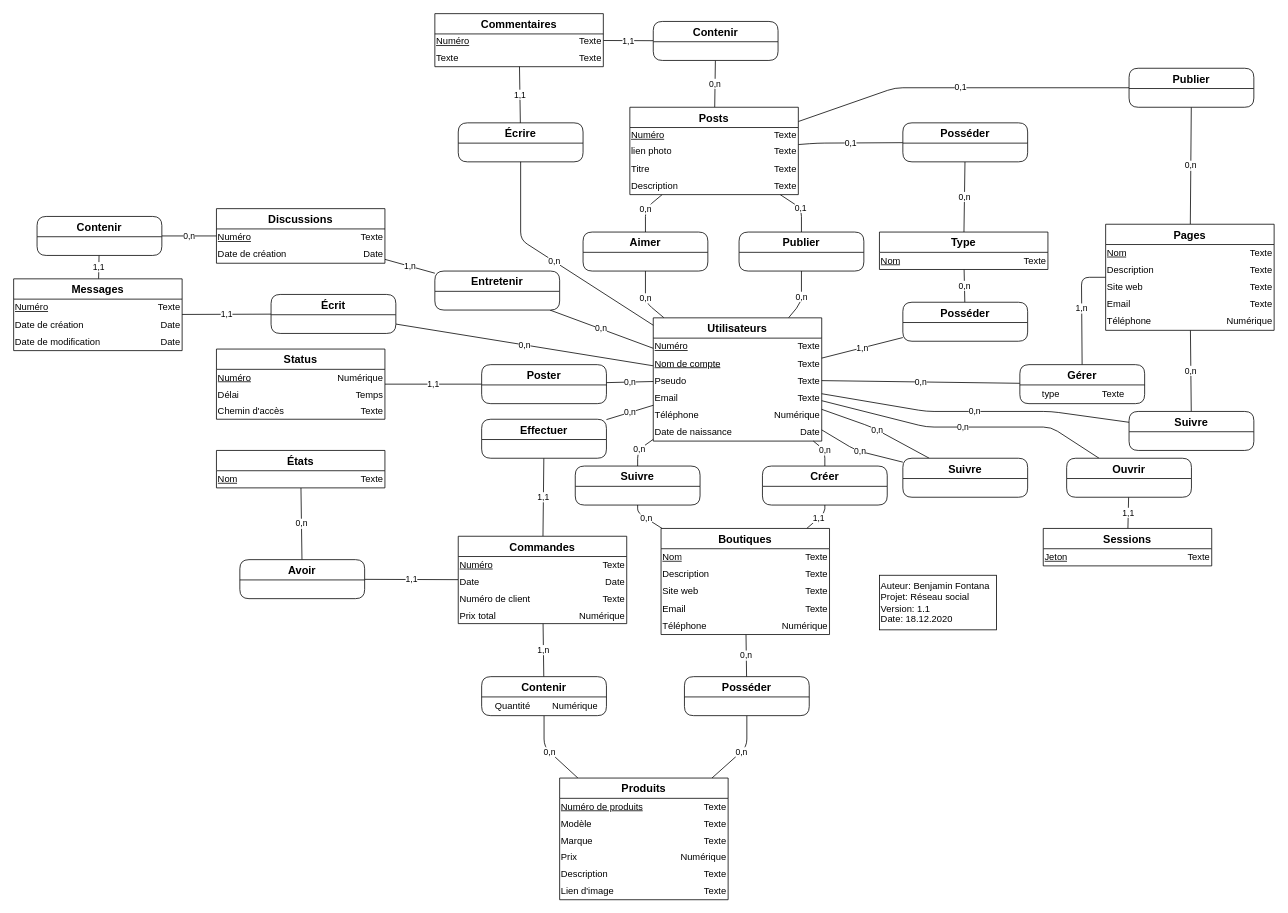
The draw.io diagram MCD RS.drawio in R0kkxSynetique/MA-08-Modele_ReseauSocial, before the edit. Source tidied: cells renumbered, new cells numbered last; positions are measured from the earlier drawing's top-left corner, leaving out a move shared by most shapes. Both pictures are drawn from the tidied source at 78%, with x=0, y=0 at pixel (13, 13).
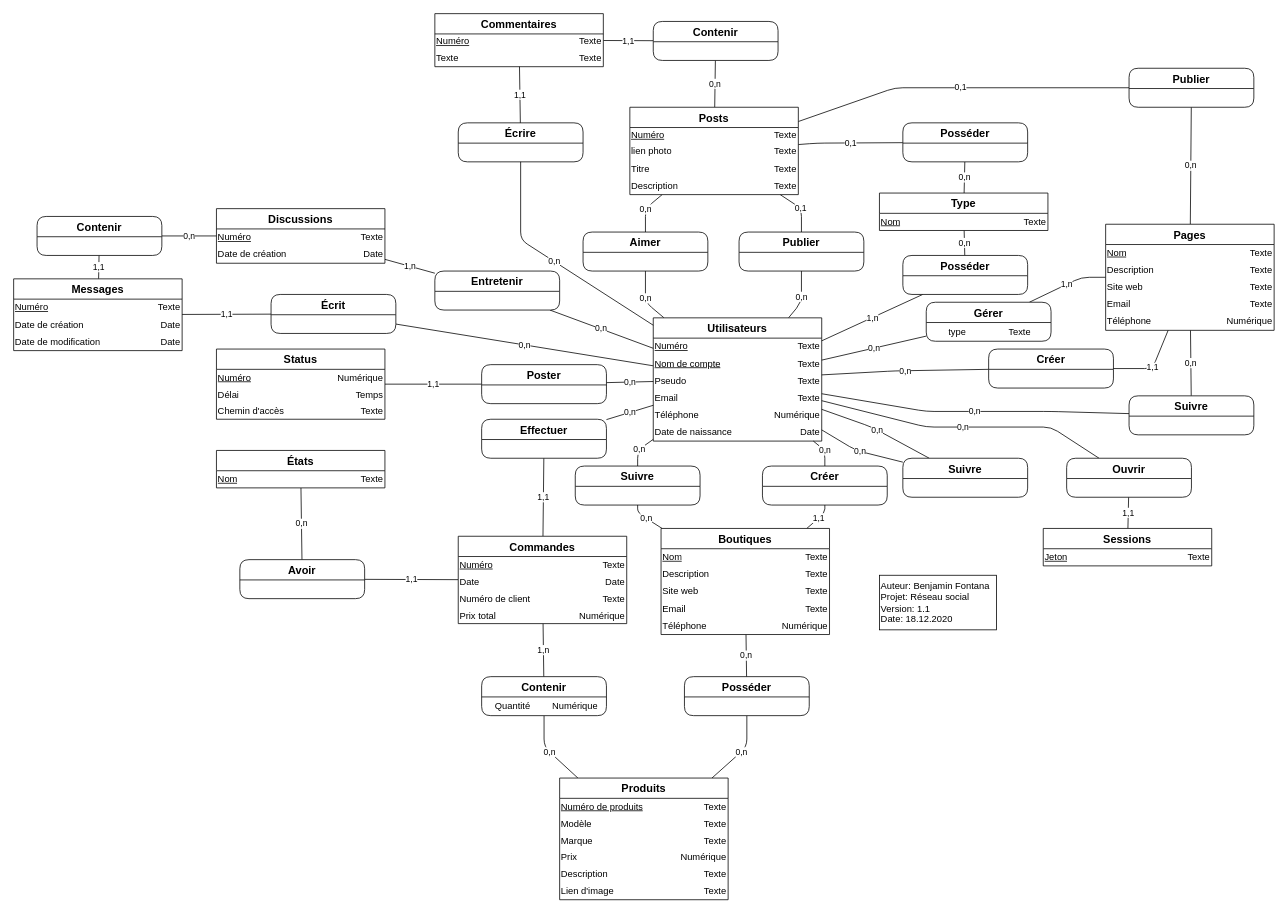
After the change.

The change refers to these unchanged cells:
```xml
<mxCell id="8" value="Utilisateurs" style="swimlane;fontStyle=1;horizontal=1;startSize=26;align=center;fontSize=14;rounded=0;swimlaneFillColor=#ffffff;" parent="1" vertex="1">
  <mxGeometry x="820" y="390" width="216" height="158" as="geometry" />
</mxCell>
<mxCell id="148" value="Pages" style="swimlane;fontStyle=1;horizontal=1;startSize=26;align=center;fontSize=14;rounded=0;swimlaneFillColor=#ffffff;" parent="1" vertex="1">
  <mxGeometry x="1400" y="270" width="216" height="136" as="geometry" />
</mxCell>
```

Diff of the diagram source:
```diff
@@
     <mxCell id="130" value="Suivre" style="swimlane;fontStyle=1;horizontal=1;startSize=26;align=center;fontSize=14;rounded=1;swimlaneFillColor=#ffffff;" parent="1" vertex="1">
-      <mxGeometry x="1430" y="510" width="160" height="50" as="geometry" />
+      <mxGeometry x="1430" y="490" width="160" height="50" as="geometry" />
     </mxCell>
@@
     <mxCell id="136" value="Type" style="swimlane;fontStyle=1;horizontal=1;startSize=26;align=center;fontSize=14;rounded=0;swimlaneFillColor=#ffffff;" parent="1" vertex="1">
-      <mxGeometry x="1110" y="280" width="216" height="48" as="geometry" />
+      <mxGeometry x="1110" y="230" width="216" height="48" as="geometry" />
     </mxCell>
@@
     <mxCell id="141" value="Posséder" style="swimlane;fontStyle=1;horizontal=1;startSize=26;align=center;fontSize=14;rounded=1;swimlaneFillColor=#ffffff;" parent="1" vertex="1">
-      <mxGeometry x="1140" y="370" width="160" height="50" as="geometry" />
+      <mxGeometry x="1140" y="310" width="160" height="50" as="geometry" />
     </mxCell>
@@
     <mxCell id="283" value="Gérer" style="swimlane;fontStyle=1;horizontal=1;startSize=26;align=center;fontSize=14;rounded=1;swimlaneFillColor=#ffffff;" parent="1" vertex="1">
-      <mxGeometry x="1290" y="450" width="160" height="50" as="geometry" />
+      <mxGeometry x="1170" y="370" width="160" height="50" as="geometry" />
     </mxCell>
@@
+    <mxCell id="305" value="Créer" style="swimlane;fontStyle=1;horizontal=1;startSize=26;align=center;fontSize=14;rounded=1;swimlaneFillColor=#ffffff;" parent="1" vertex="1">
+      <mxGeometry x="1250" y="430" width="160" height="50" as="geometry" />
+    </mxCell>
+    <mxCell id="306" style="shape=table;html=1;whiteSpace=wrap;startSize=0;childLayout=tableLayout;fillColor=none;strokeColor=none;" parent="305" vertex="1">
+      <mxGeometry y="26" width="160" height="24" as="geometry" />
+    </mxCell>
+    <mxCell id="307" style="shape=partialRectangle;html=1;whiteSpace=wrap;fillColor=none;top=0;left=0;bottom=0;right=0;" parent="306" vertex="1">
+      <mxGeometry width="160" height="24" as="geometry" />
+    </mxCell>
+    <mxCell id="308" style="shape=partialRectangle;html=1;whiteSpace=wrap;fillColor=none;top=0;left=0;bottom=0;right=0;overflow=hidden;strokeColor=none;" parent="307" vertex="1">
+      <mxGeometry width="80" height="24" as="geometry" />
+    </mxCell>
+    <mxCell id="309" style="shape=partialRectangle;html=1;whiteSpace=wrap;fillColor=none;top=0;left=0;bottom=0;right=0;overflow=hidden;" parent="307" vertex="1">
+      <mxGeometry x="80" width="80" height="24" as="geometry" />
+    </mxCell>
+    <mxCell id="310" value="0,n" style="endArrow=none;html=1;" parent="1" edge="1" source="8" target="305">
+      <mxGeometry relative="1" as="geometry">
+        <Array as="points">
+          <mxPoint x="1130" y="458" />
+          <mxPoint x="1250" y="456" />
+        </Array>
+      </mxGeometry>
+    </mxCell>
+    <mxCell id="311" value="1,1" style="endArrow=none;html=1;" parent="1" edge="1" source="305" target="148">
+      <mxGeometry relative="1" as="geometry">
+        <Array as="points">
+          <mxPoint x="1460" y="455" />
+        </Array>
+      </mxGeometry>
+    </mxCell>
```
